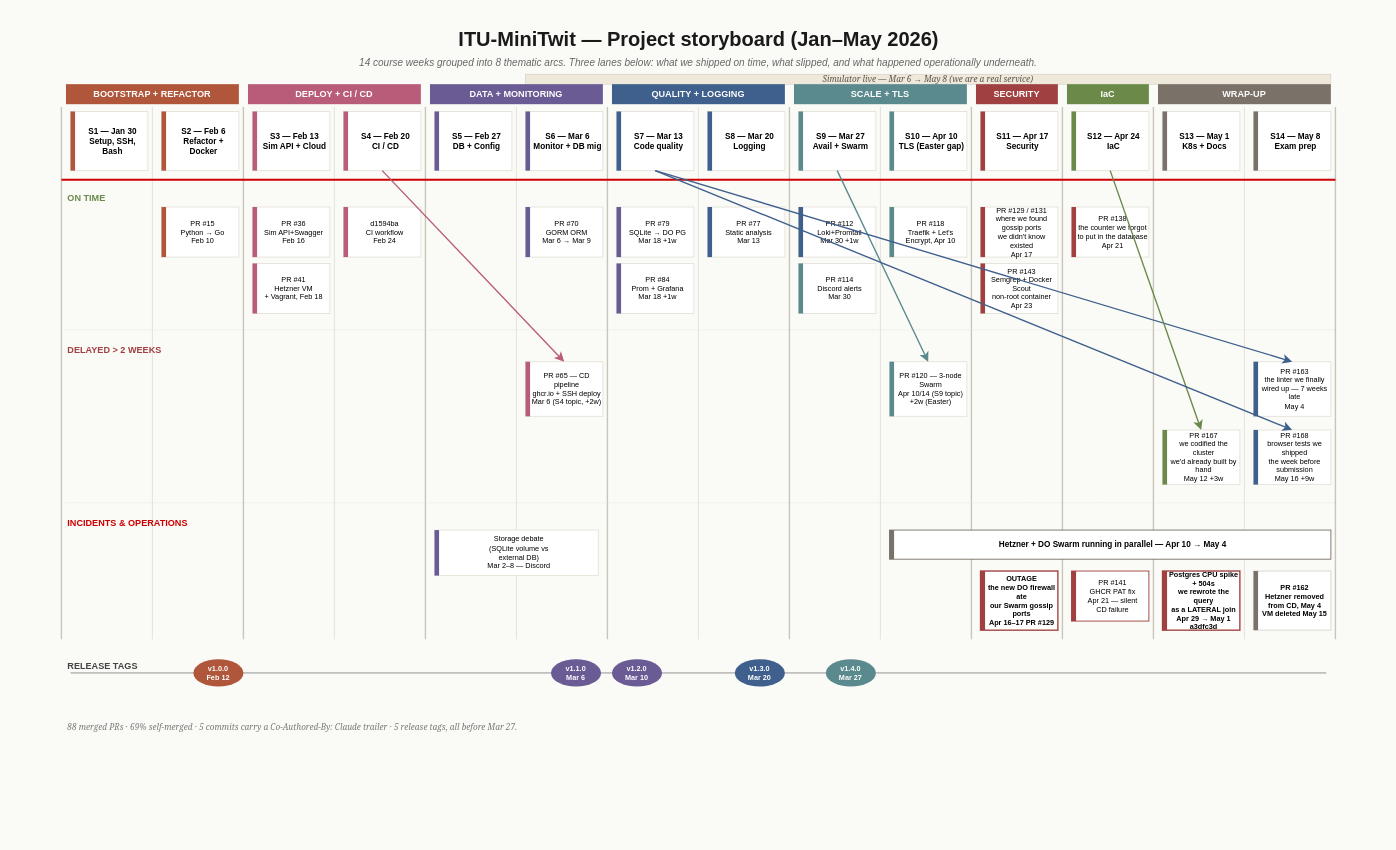
The draw.io diagram report/exam-storyboard.drawio in DevTroopers-ITU/itu-minitwit, before the edit. Source tidied: cells renumbered, new cells numbered last; positions are measured from the earlier drawing's top-left corner, leaving out a move shared by most shapes. Both pictures are drawn from the tidied source at 91%, with x=0, y=0 at pixel (15, 15).
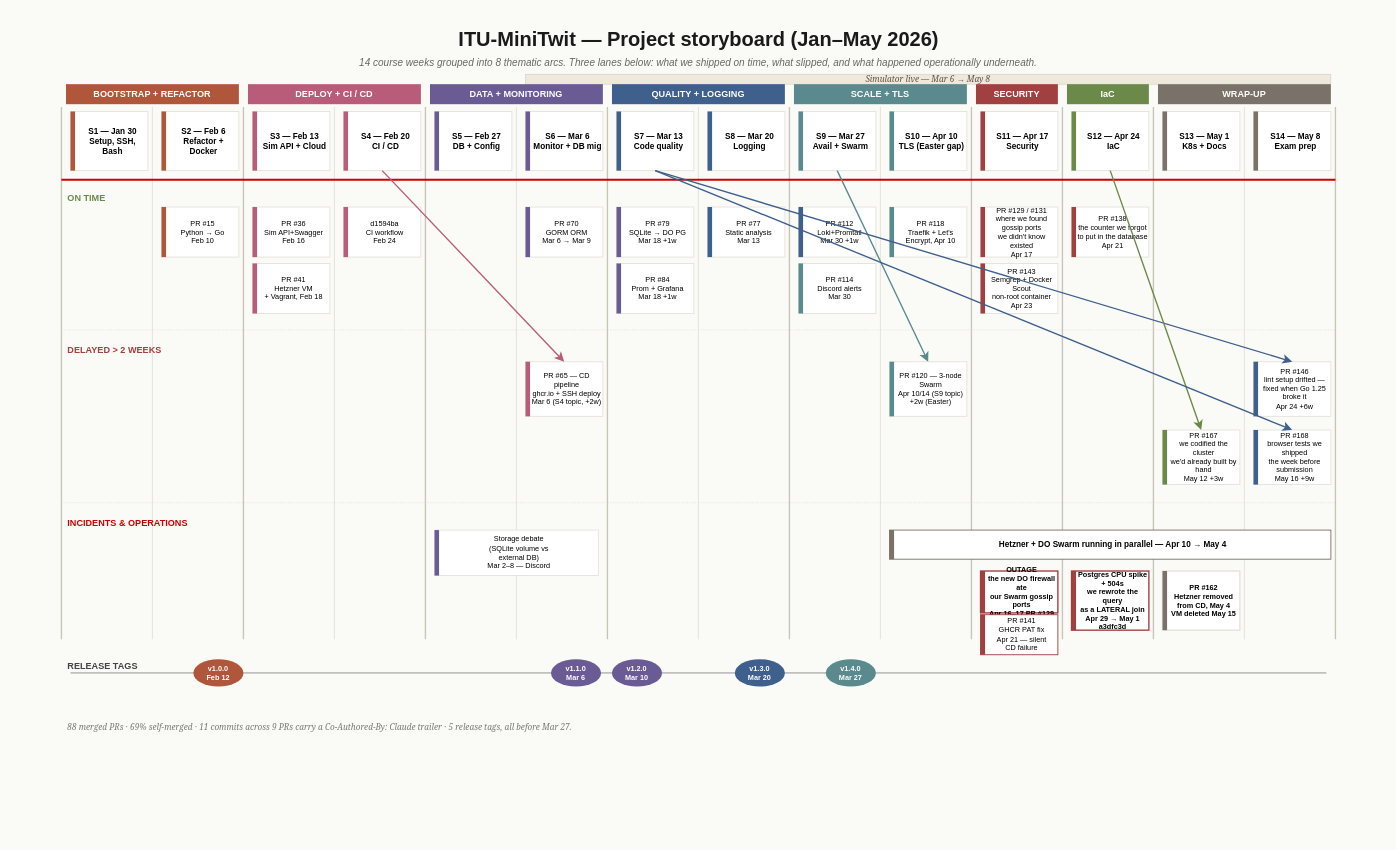
The same page after the edit.

Commit message (it also covers changes not shown here):
draft: fix PR mis-attributions in storyboard + matching prose

Change to the diagram source:
```diff
@@
-    <mxCell id="3" value="Simulator live — Mar 6 → May 8 (we are a real service)" style="rounded=0;whiteSpace=wrap;html=1;fillColor=#EEE9DA;strokeColor=#C9C4B8;strokeWidth=0.5;fontSize=9;fontStyle=2;fontFamily=Georgia;fontColor=#5A5048;align=center;verticalAlign=middle;" parent="1" vertex="1">
+    <mxCell id="3" value="Simulator live — Mar 6 → May 8" style="rounded=0;whiteSpace=wrap;html=1;fillColor=#EEE9DA;strokeColor=#C9C4B8;strokeWidth=0.5;fontSize=9;fontStyle=2;fontFamily=Georgia;fontColor=#5A5048;align=center;verticalAlign=middle;" parent="1" vertex="1">
       <mxGeometry x="560" y="64" width="885" height="11" as="geometry" />
     </mxCell>
@@
-    <mxCell id="95" value="PR #163&#10;the linter we finally&#10;wired up — 7 weeks late&#10;May 4" style="rounded=0;whiteSpace=wrap;html=1;fillColor=#FFFFFF;strokeColor=#E5E2DA;strokeWidth=1;fontSize=8;align=center;verticalAlign=middle;spacingLeft=6;" parent="1" vertex="1">
+    <mxCell id="95" value="PR #146&#10;lint setup drifted —&#10;fixed when Go 1.25 broke it&#10;Apr 24  +6w" style="rounded=0;whiteSpace=wrap;html=1;fillColor=#FFFFFF;strokeColor=#E5E2DA;strokeWidth=1;fontSize=8;align=center;verticalAlign=middle;spacingLeft=6;" parent="1" vertex="1">
       <mxGeometry x="1360" y="380" width="85" height="60" as="geometry" />
     </mxCell>
@@
     <mxCell id="110" value="OUTAGE&#10;the new DO firewall ate&#10;our Swarm gossip ports&#10;Apr 16–17  PR #129" style="rounded=0;whiteSpace=wrap;html=1;fillColor=#FFFFFF;strokeColor=#A04040;strokeWidth=1.5;fontSize=8;fontStyle=1;align=center;verticalAlign=middle;spacingLeft=6;" parent="1" vertex="1">
-      <mxGeometry x="1060" y="610" width="85" height="65" as="geometry" />
+      <mxGeometry x="1060" y="610" width="85" height="46" as="geometry" />
     </mxCell>
     <mxCell id="111" style="rounded=0;whiteSpace=wrap;html=1;fillColor=#A04040;strokeColor=none;" parent="1" vertex="1">
-      <mxGeometry x="1060" y="610" width="5" height="65" as="geometry" />
+      <mxGeometry x="1060" y="610" width="5" height="46" as="geometry" />
     </mxCell>
     <mxCell id="112" value="PR #141&#10;GHCR PAT fix&#10;Apr 21 — silent&#10;CD failure" style="rounded=0;whiteSpace=wrap;html=1;fillColor=#FFFFFF;strokeColor=#A04040;strokeWidth=1;fontSize=8;align=center;verticalAlign=middle;spacingLeft=6;" parent="1" vertex="1">
-      <mxGeometry x="1160" y="610" width="85" height="55" as="geometry" />
+      <mxGeometry x="1060" y="658" width="85" height="44" as="geometry" />
     </mxCell>
     <mxCell id="113" style="rounded=0;whiteSpace=wrap;html=1;fillColor=#A04040;strokeColor=none;" parent="1" vertex="1">
-      <mxGeometry x="1160" y="610" width="5" height="55" as="geometry" />
+      <mxGeometry x="1060" y="658" width="5" height="44" as="geometry" />
     </mxCell>
     <mxCell id="114" value="Postgres CPU spike + 504s&#10;we rewrote the query&#10;as a LATERAL join&#10;Apr 29 → May 1  a3dfc3d" style="rounded=0;whiteSpace=wrap;html=1;fillColor=#FFFFFF;strokeColor=#A04040;strokeWidth=1.5;fontSize=8;fontStyle=1;align=center;verticalAlign=middle;spacingLeft=6;" parent="1" vertex="1">
-      <mxGeometry x="1260" y="610" width="85" height="65" as="geometry" />
+      <mxGeometry x="1160" y="610" width="85" height="65" as="geometry" />
     </mxCell>
     <mxCell id="115" style="rounded=0;whiteSpace=wrap;html=1;fillColor=#A04040;strokeColor=none;" parent="1" vertex="1">
-      <mxGeometry x="1260" y="610" width="5" height="65" as="geometry" />
+      <mxGeometry x="1160" y="610" width="5" height="65" as="geometry" />
     </mxCell>
     <mxCell id="116" value="PR #162&#10;Hetzner removed&#10;from CD, May 4&#10;VM deleted May 15" style="rounded=0;whiteSpace=wrap;html=1;fillColor=#FFFFFF;strokeColor=#E5E2DA;strokeWidth=1.5;fontSize=8;fontStyle=1;align=center;verticalAlign=middle;spacingLeft=6;" parent="1" vertex="1">
-      <mxGeometry x="1360" y="610" width="85" height="65" as="geometry" />
+      <mxGeometry x="1260" y="610" width="85" height="65" as="geometry" />
     </mxCell>
     <mxCell id="117" style="rounded=0;whiteSpace=wrap;html=1;fillColor=#7A7268;strokeColor=none;" parent="1" vertex="1">
-      <mxGeometry x="1360" y="610" width="5" height="65" as="geometry" />
+      <mxGeometry x="1260" y="610" width="5" height="65" as="geometry" />
     </mxCell>
@@
-    <mxCell id="125" value="88 merged PRs · 69% self-merged · 5 commits carry a Co-Authored-By: Claude trailer · 5 release tags, all before Mar 27." style="text;html=1;strokeColor=none;fillColor=none;align=left;verticalAlign=top;fontSize=9;fontStyle=2;fontFamily=Georgia;whiteSpace=wrap;fontColor=#777777;" parent="1" vertex="1">
+    <mxCell id="125" value="88 merged PRs · 69% self-merged · 11 commits across 9 PRs carry a Co-Authored-By: Claude trailer · 5 release tags, all before Mar 27." style="text;html=1;strokeColor=none;fillColor=none;align=left;verticalAlign=top;fontSize=9;fontStyle=2;fontFamily=Georgia;whiteSpace=wrap;fontColor=#777777;" parent="1" vertex="1">
       <mxGeometry x="55" y="770" width="1395" height="20" as="geometry" />
     </mxCell>
```
